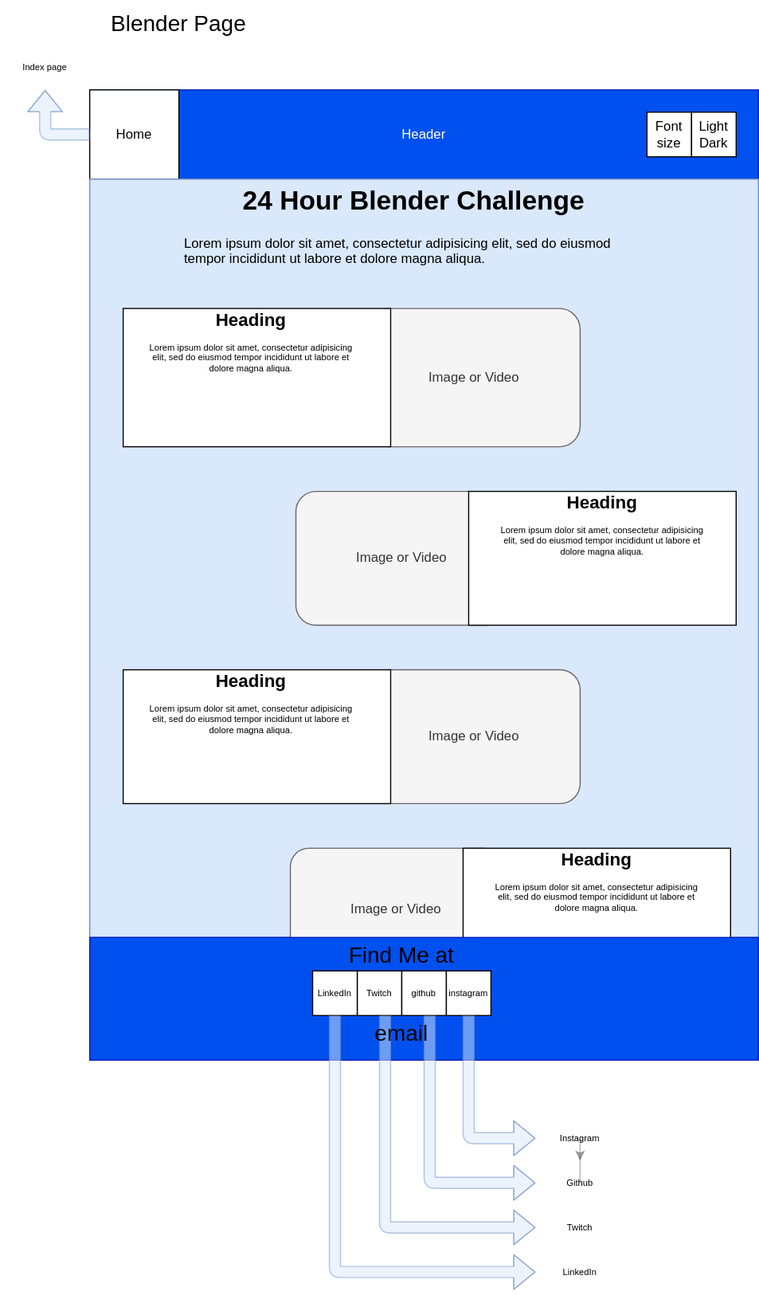
Above: Assets/Diagrams/Wireframe-Blender.svg in louie-jones-strong/louie-jones-strong.github.io (draw.io), before the change. Source tidied: cells renumbered, new cells last; positions are measured from the earlier drawing's top-left corner, leaving out a move shared by most shapes.
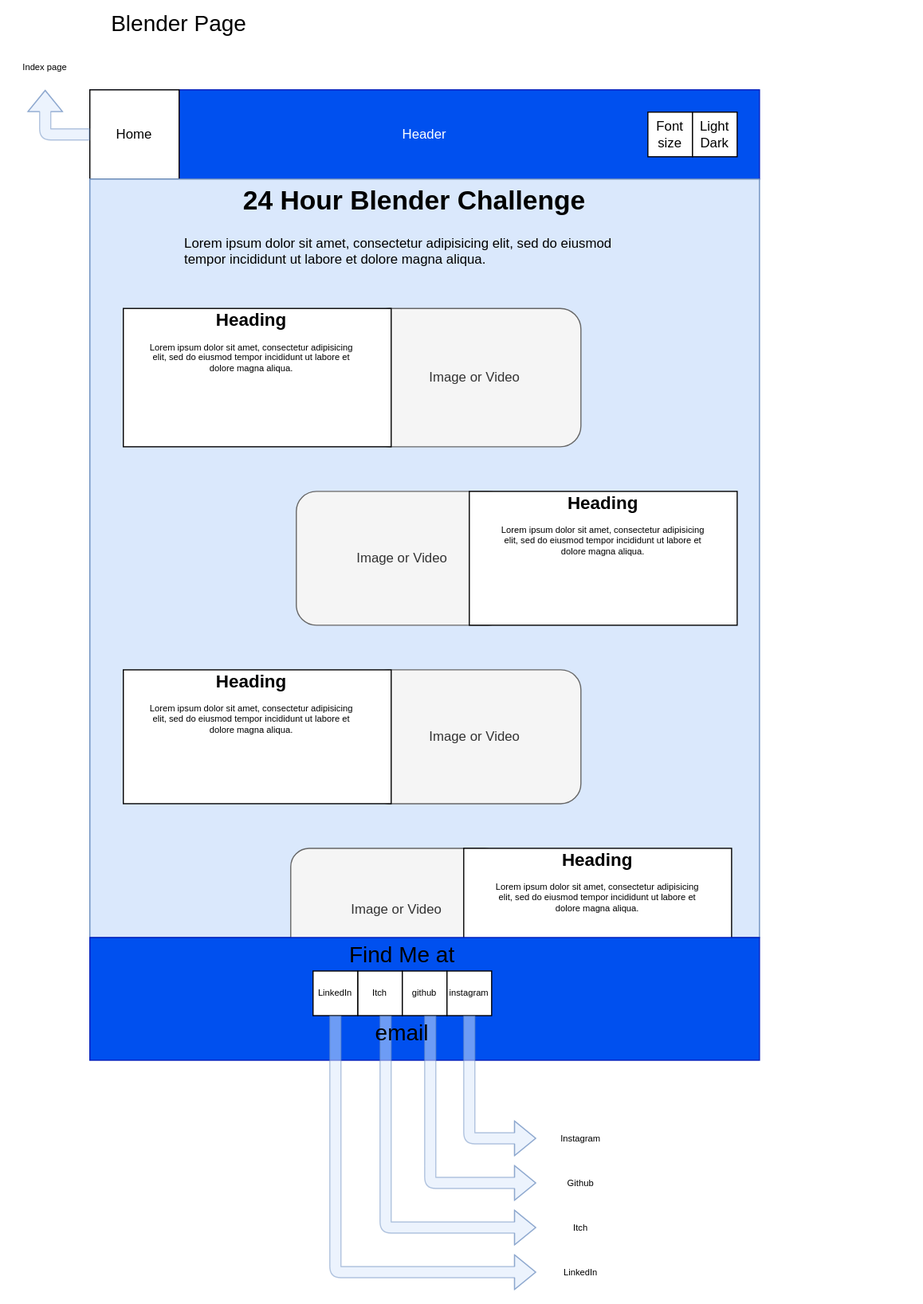
Above is the later version.

Commit message:
Image Borders added. Twitch changed to Itch.

The edit, as a diff of the source:
```diff
@@ -72,7 +72,7 @@
     <mxCell id="23" style="rounded=0;whiteSpace=wrap;html=1;labelPosition=center;verticalLabelPosition=middle;align=center;verticalAlign=middle;fillColor=#0050ef;strokeColor=#001DBC;fontColor=#ffffff;" parent="1" vertex="1">
       <mxGeometry x="80" y="840" width="600" height="110" as="geometry" />
     </mxCell>
-    <mxCell id="24" value="Twitch" style="rounded=0;whiteSpace=wrap;html=1;fontSize=8;align=center;" parent="1" vertex="1">
+    <mxCell id="24" value="Itch" style="rounded=0;whiteSpace=wrap;html=1;fontSize=8;align=center;" parent="1" vertex="1">
       <mxGeometry x="320" y="870" width="40" height="40" as="geometry" />
     </mxCell>
     <mxCell id="25" value="github" style="rounded=0;whiteSpace=wrap;html=1;fontSize=8;align=center;" parent="1" vertex="1">
@@ -87,9 +87,6 @@
     <mxCell id="28" value="LinkedIn" style="rounded=0;whiteSpace=wrap;html=1;fontSize=8;align=center;" parent="1" vertex="1">
       <mxGeometry x="280" y="870" width="40" height="40" as="geometry" />
     </mxCell>
-    <mxCell id="29" style="edgeStyle=orthogonalEdgeStyle;rounded=0;jettySize=auto;html=1;exitX=0.5;exitY=1;exitDx=0;exitDy=0;labelBackgroundColor=none;fontSize=8;fillColor=#ffffff;opacity=30;" parent="1" edge="1" source="30" target="35">
-      <mxGeometry relative="1" as="geometry" />
-    </mxCell>
     <mxCell id="30" value="Instagram" style="text;html=1;strokeColor=none;fillColor=none;align=center;verticalAlign=middle;whiteSpace=wrap;rounded=0;fontSize=8;" parent="1" vertex="1">
       <mxGeometry x="480" y="1000" width="80" height="40" as="geometry" />
     </mxCell>
@@ -128,7 +125,7 @@
     <mxCell id="35" value="Github" style="text;html=1;strokeColor=none;fillColor=none;align=center;verticalAlign=middle;whiteSpace=wrap;rounded=0;fontSize=8;" parent="1" vertex="1">
       <mxGeometry x="480" y="1040" width="80" height="40" as="geometry" />
     </mxCell>
-    <mxCell id="36" value="Twitch" style="text;html=1;strokeColor=none;fillColor=none;align=center;verticalAlign=middle;whiteSpace=wrap;rounded=0;fontSize=8;" parent="1" vertex="1">
+    <mxCell id="36" value="Itch" style="text;html=1;strokeColor=none;fillColor=none;align=center;verticalAlign=middle;whiteSpace=wrap;rounded=0;fontSize=8;" parent="1" vertex="1">
       <mxGeometry x="480" y="1080" width="80" height="40" as="geometry" />
     </mxCell>
     <mxCell id="37" value="LinkedIn" style="text;html=1;strokeColor=none;fillColor=none;align=center;verticalAlign=middle;whiteSpace=wrap;rounded=0;fontSize=8;" parent="1" vertex="1">
```
